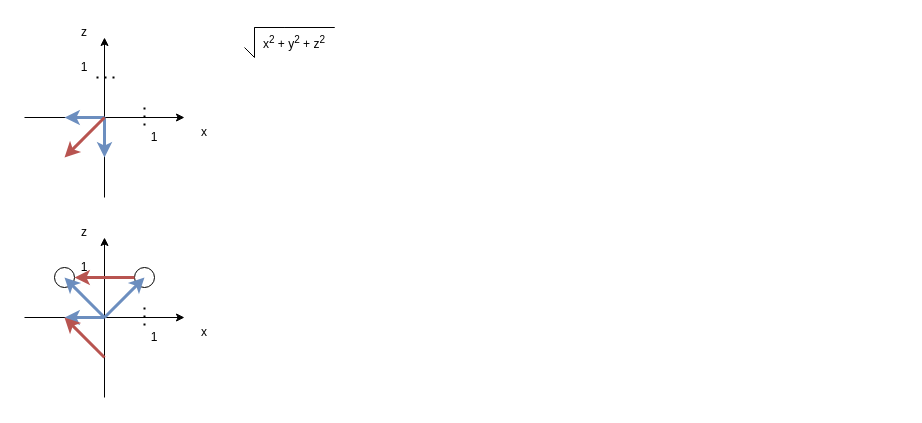
luke-youngmin-cho/UnityEngineBasic_6th keeps this draw.io diagram as ShootingFighter/Concept.drawio. Above is the earlier version. Source tidied: cells renumbered, new cells numbered last; positions are measured from the earlier drawing's top-left corner, leaving out a move shared by most shapes. Both pictures are drawn from the tidied source at 100%, with x=0, y=0 at pixel (24, 17).
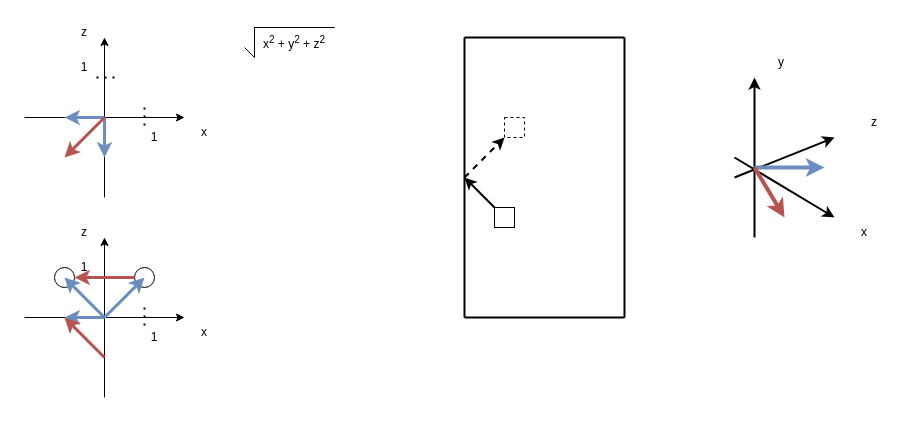
The same page after the edit.

The edit, as a diff of the source:
```diff
@@
+    <mxCell id="33" style="endArrow=none;html=1;rounded=0;strokeWidth=2;" parent="1" edge="1">
+      <mxGeometry relative="1" as="geometry">
+        <mxPoint x="440" y="300" as="sourcePoint" />
+        <mxPoint x="440" y="20" as="targetPoint" />
+      </mxGeometry>
+    </mxCell>
+    <mxCell id="34" style="endArrow=none;html=1;rounded=0;strokeWidth=2;" parent="1" edge="1">
+      <mxGeometry relative="1" as="geometry">
+        <mxPoint x="600" y="300" as="sourcePoint" />
+        <mxPoint x="600" y="20" as="targetPoint" />
+      </mxGeometry>
+    </mxCell>
+    <mxCell id="35" style="endArrow=none;html=1;rounded=0;strokeWidth=2;" parent="1" edge="1">
+      <mxGeometry relative="1" as="geometry">
+        <mxPoint x="600" y="20" as="sourcePoint" />
+        <mxPoint x="440" y="20" as="targetPoint" />
+      </mxGeometry>
+    </mxCell>
+    <mxCell id="36" style="endArrow=none;html=1;rounded=0;strokeWidth=2;" parent="1" edge="1">
+      <mxGeometry relative="1" as="geometry">
+        <mxPoint x="600" y="300" as="sourcePoint" />
+        <mxPoint x="440" y="300" as="targetPoint" />
+      </mxGeometry>
+    </mxCell>
+    <mxCell id="37" style="whiteSpace=wrap;html=1;" parent="1" vertex="1">
+      <mxGeometry x="470" y="190" width="20" height="20" as="geometry" />
+    </mxCell>
+    <mxCell id="38" style="endArrow=classic;html=1;rounded=0;strokeWidth=2;" parent="1" edge="1" source="37">
+      <mxGeometry relative="1" as="geometry">
+        <mxPoint x="440" y="160" as="targetPoint" />
+      </mxGeometry>
+    </mxCell>
+    <mxCell id="39" style="endArrow=classic;html=1;rounded=0;strokeWidth=2;dashed=1;" parent="1" edge="1">
+      <mxGeometry relative="1" as="geometry">
+        <mxPoint x="440" y="160" as="sourcePoint" />
+        <mxPoint x="480" y="120" as="targetPoint" />
+      </mxGeometry>
+    </mxCell>
+    <mxCell id="40" style="whiteSpace=wrap;html=1;dashed=1;" parent="1" vertex="1">
+      <mxGeometry x="480" y="100" width="20" height="20" as="geometry" />
+    </mxCell>
+    <mxCell id="41" style="endArrow=classic;html=1;rounded=0;strokeWidth=2;" parent="1" edge="1">
+      <mxGeometry relative="1" as="geometry">
+        <mxPoint x="710" y="160" as="sourcePoint" />
+        <mxPoint x="810" y="120" as="targetPoint" />
+      </mxGeometry>
+    </mxCell>
+    <mxCell id="42" style="endArrow=classic;html=1;rounded=0;strokeWidth=2;" parent="1" edge="1">
+      <mxGeometry relative="1" as="geometry">
+        <mxPoint x="710" y="140" as="sourcePoint" />
+        <mxPoint x="810" y="200" as="targetPoint" />
+      </mxGeometry>
+    </mxCell>
+    <mxCell id="43" style="endArrow=classic;html=1;rounded=0;strokeWidth=2;" parent="1" edge="1">
+      <mxGeometry relative="1" as="geometry">
+        <mxPoint x="730" y="220" as="sourcePoint" />
+        <mxPoint x="730" y="60" as="targetPoint" />
+      </mxGeometry>
+    </mxCell>
+    <mxCell id="44" style="endArrow=classic;html=1;rounded=0;strokeWidth=4;fillColor=#dae8fc;strokeColor=#6c8ebf;" parent="1" edge="1">
+      <mxGeometry relative="1" as="geometry">
+        <mxPoint x="730" y="150" as="sourcePoint" />
+        <mxPoint x="800" y="150" as="targetPoint" />
+      </mxGeometry>
+    </mxCell>
+    <mxCell id="45" value="y" style="text;html=1;strokeColor=none;fillColor=none;align=center;verticalAlign=middle;whiteSpace=wrap;rounded=0;" parent="1" vertex="1">
+      <mxGeometry x="727" y="30" width="60" height="30" as="geometry" />
+    </mxCell>
+    <mxCell id="46" value="z" style="text;html=1;strokeColor=none;fillColor=none;align=center;verticalAlign=middle;whiteSpace=wrap;rounded=0;" parent="1" vertex="1">
+      <mxGeometry x="820" y="90" width="60" height="30" as="geometry" />
+    </mxCell>
+    <mxCell id="47" value="x" style="text;html=1;strokeColor=none;fillColor=none;align=center;verticalAlign=middle;whiteSpace=wrap;rounded=0;" parent="1" vertex="1">
+      <mxGeometry x="810" y="200" width="60" height="30" as="geometry" />
+    </mxCell>
+    <mxCell id="48" style="endArrow=classic;html=1;rounded=0;strokeWidth=4;fillColor=#f8cecc;strokeColor=#b85450;" parent="1" edge="1">
+      <mxGeometry relative="1" as="geometry">
+        <mxPoint x="730" y="150" as="sourcePoint" />
+        <mxPoint x="760" y="200" as="targetPoint" />
+      </mxGeometry>
+    </mxCell>
```
